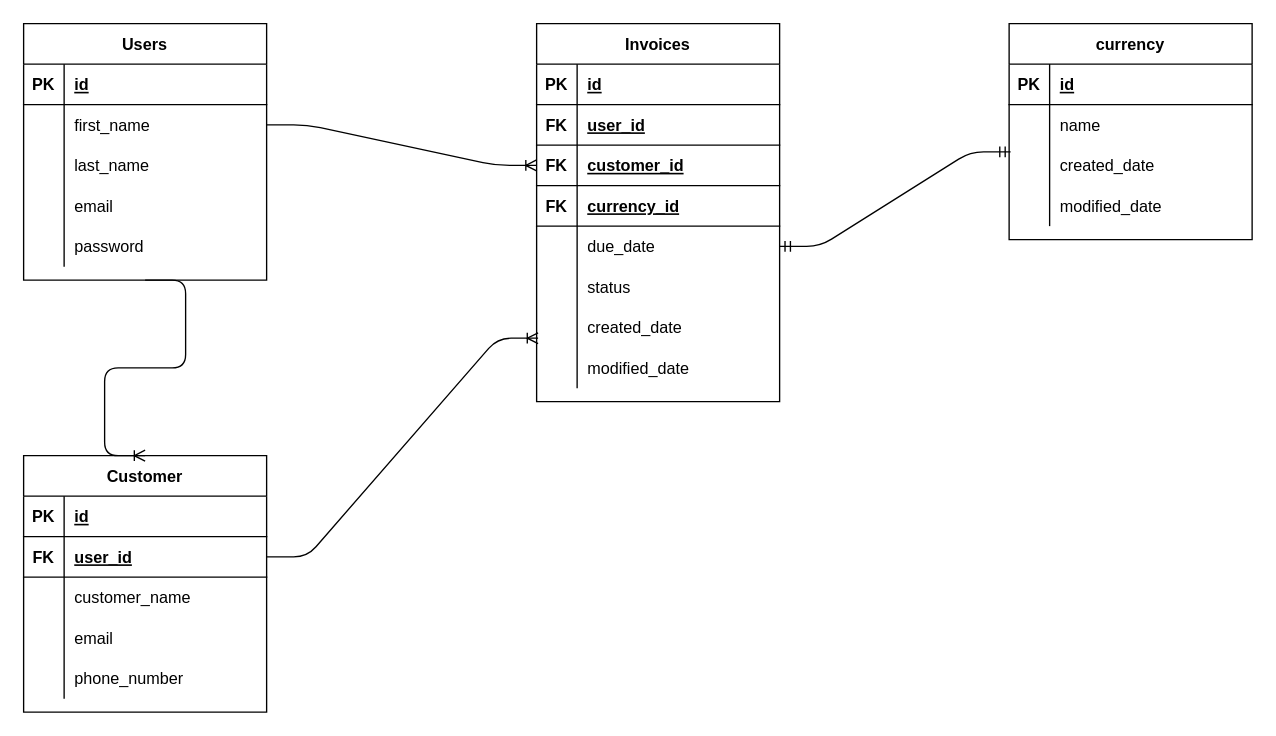
Before: uml/nambeaver.drawio in kweyukevin/nambeaver, a draw.io diagram. Source tidied: cells renumbered, new cells numbered last; positions are measured from the earlier drawing's top-left corner, leaving out a move shared by most shapes. Both pictures are drawn from the tidied source at 135%, with x=0, y=0 at pixel (23, 23).
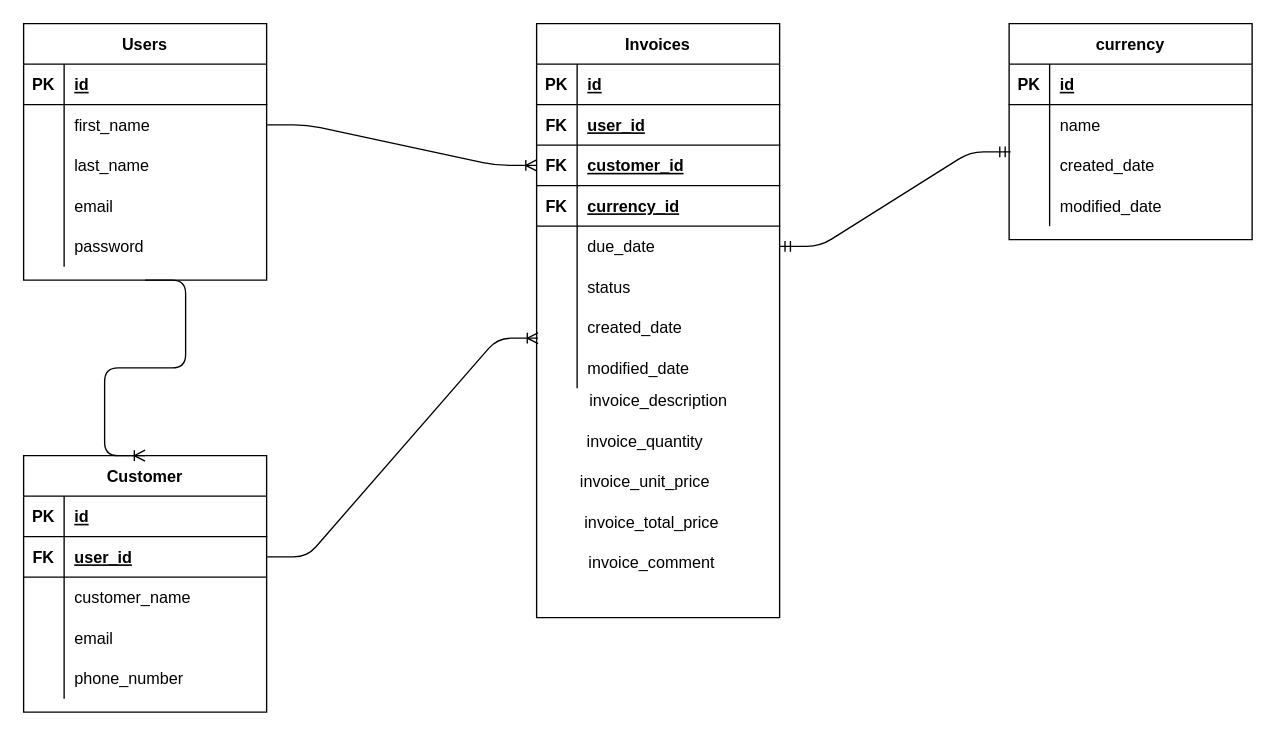
The same diagram, later.

What changed in the source:
```diff
@@
     <mxCell id="2" value="Invoices" style="shape=table;startSize=30;childLayout=tableLayout;rowLines=0;fontStyle=1;align=center;" parent="1" vertex="1">
-      <mxGeometry x="380" width="180" height="280" as="geometry" />
+      <mxGeometry x="380" width="180" height="440" as="geometry" />
     </mxCell>
@@
+    <mxCell id="76" value="invoice_description" style="text;html=1;align=center;verticalAlign=middle;strokeColor=none;fillColor=none;" parent="1" vertex="1">
+      <mxGeometry x="410" y="270" width="120" height="20" as="geometry" />
+    </mxCell>
+    <mxCell id="77" value="invoice_quantity" style="text;html=1;align=center;verticalAlign=middle;strokeColor=none;fillColor=none;" parent="1" vertex="1">
+      <mxGeometry x="410" y="300" width="100" height="20" as="geometry" />
+    </mxCell>
+    <mxCell id="78" value="invoice_total_price" style="text;html=1;align=center;verticalAlign=middle;strokeColor=none;fillColor=none;" parent="1" vertex="1">
+      <mxGeometry x="410" y="360" width="110" height="20" as="geometry" />
+    </mxCell>
+    <mxCell id="79" value="invoice_unit_price" style="text;html=1;align=center;verticalAlign=middle;strokeColor=none;fillColor=none;" parent="1" vertex="1">
+      <mxGeometry x="405" y="330" width="110" height="20" as="geometry" />
+    </mxCell>
+    <mxCell id="80" value="invoice_comment" style="text;html=1;align=center;verticalAlign=middle;strokeColor=none;fillColor=none;" parent="1" vertex="1">
+      <mxGeometry x="410" y="390" width="110" height="20" as="geometry" />
+    </mxCell>
```
